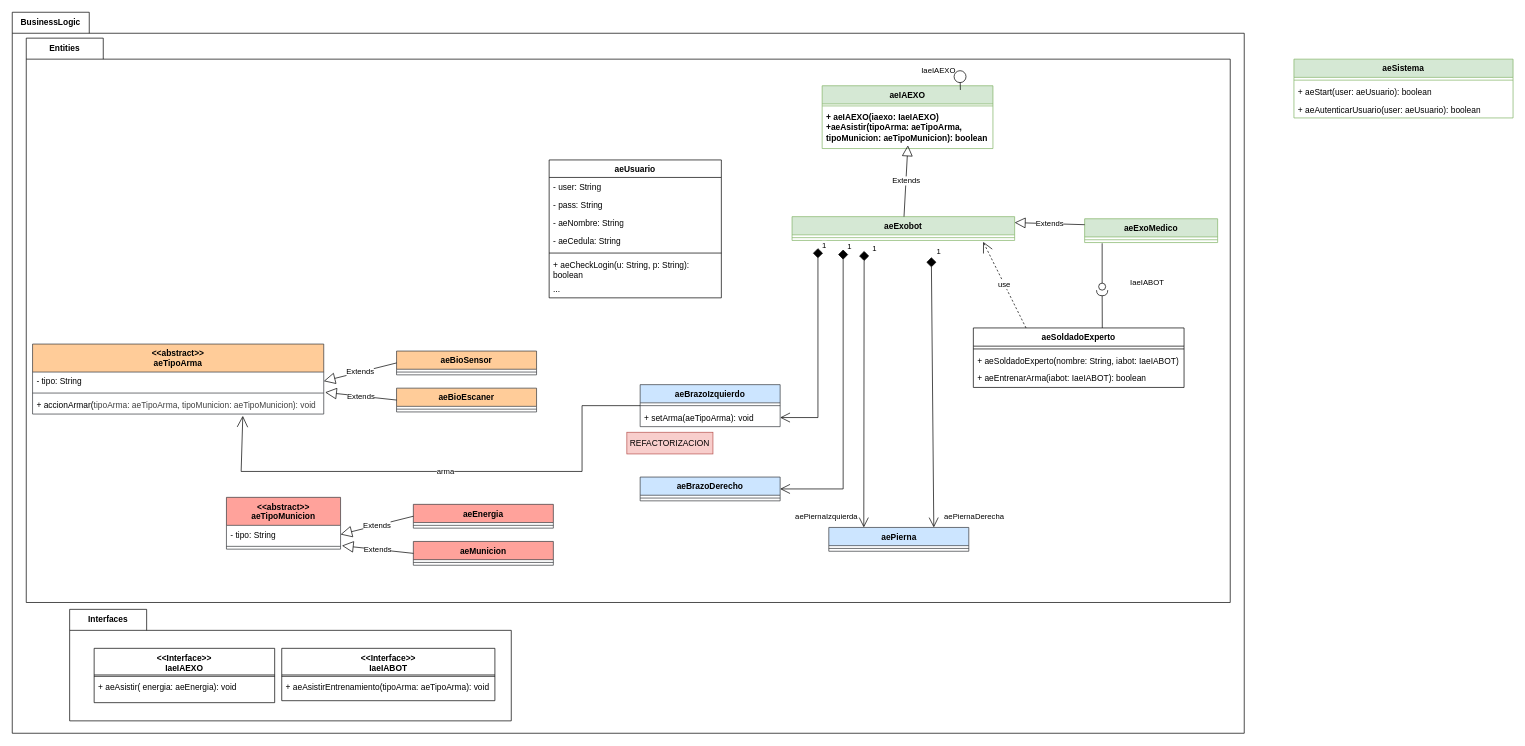
This is aeExoTrooper/Design/01aeClassDiagram.drawio from emilioalbansq/AlbanEmilioExF, a draw.io file, before an edit. Source tidied: cells renumbered, new cells numbered last; positions are measured from the earlier drawing's top-left corner, leaving out a move shared by most shapes. Both pictures are drawn from the tidied source at 70%, with x=0, y=0 at pixel (12, 12).
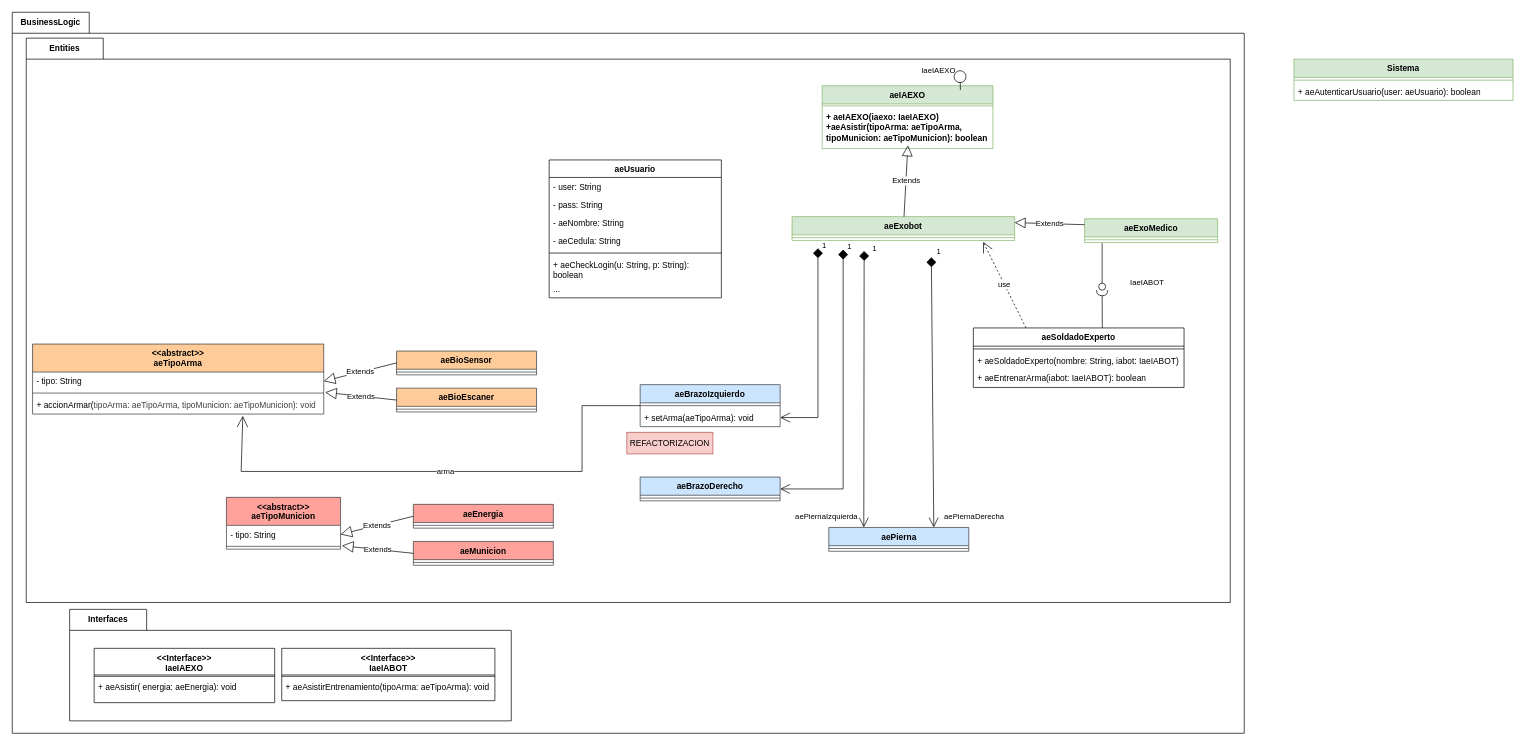
Above is the later version.

What changed in the source:
```diff
@@
-    <mxCell id="76" value="aeSistema" style="swimlane;fontStyle=1;align=center;verticalAlign=top;horizontal=1;startSize=26;whiteSpace=wrap;html=1;fillColor=#d5e8d4;strokeColor=#82b366;" parent="1" vertex="1">
-      <mxGeometry x="1831" y="67" width="313" height="84" as="geometry" />
+    <mxCell id="76" value="Sistema" style="swimlane;fontStyle=1;align=center;verticalAlign=top;horizontal=1;startSize=26;whiteSpace=wrap;html=1;fillColor=#d5e8d4;strokeColor=#82b366;" parent="1" vertex="1">
+      <mxGeometry x="1831" y="67" width="313" height="59" as="geometry" />
     </mxCell>
@@
-    <mxCell id="78" value="+ aeStart(user: aeUsuario): boolean" style="text;strokeColor=none;fillColor=none;align=left;verticalAlign=top;spacingLeft=4;spacingRight=4;overflow=hidden;whiteSpace=wrap;html=1;fontColor=default;" parent="76" vertex="1">
-      <mxGeometry y="34" width="313" height="25" as="geometry" />
-    </mxCell>
     <mxCell id="79" value="+ aeAutenticarUsuario(user: aeUsuario): boolean" style="text;strokeColor=none;fillColor=none;align=left;verticalAlign=top;spacingLeft=4;spacingRight=4;overflow=hidden;whiteSpace=wrap;html=1;fontColor=default;" parent="76" vertex="1">
-      <mxGeometry y="59" width="313" height="25" as="geometry" />
+      <mxGeometry y="34" width="313" height="25" as="geometry" />
     </mxCell>
```
